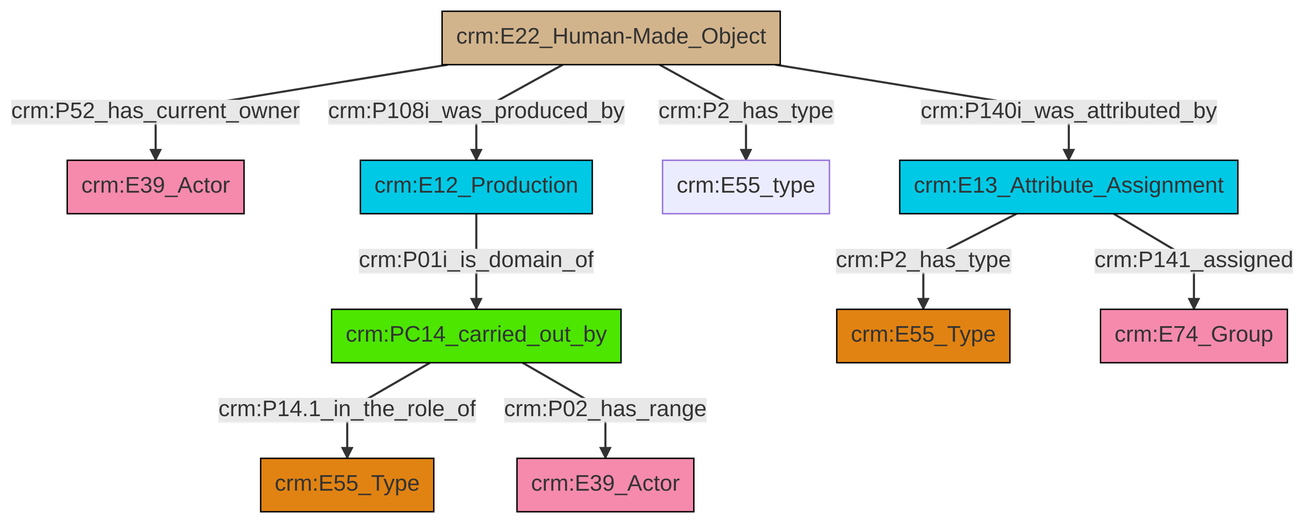
Earlier version of the Mermaid export et/builtWorkCSV/ttl/mmd/png/Built_Work_actor_relations.png (swiss-art-research-net/docs.swissartresearch). Its source is kept beside it as et/builtWorkCSV/ttl/mmd/Built_Work_actor_relations.ttl.mmd.
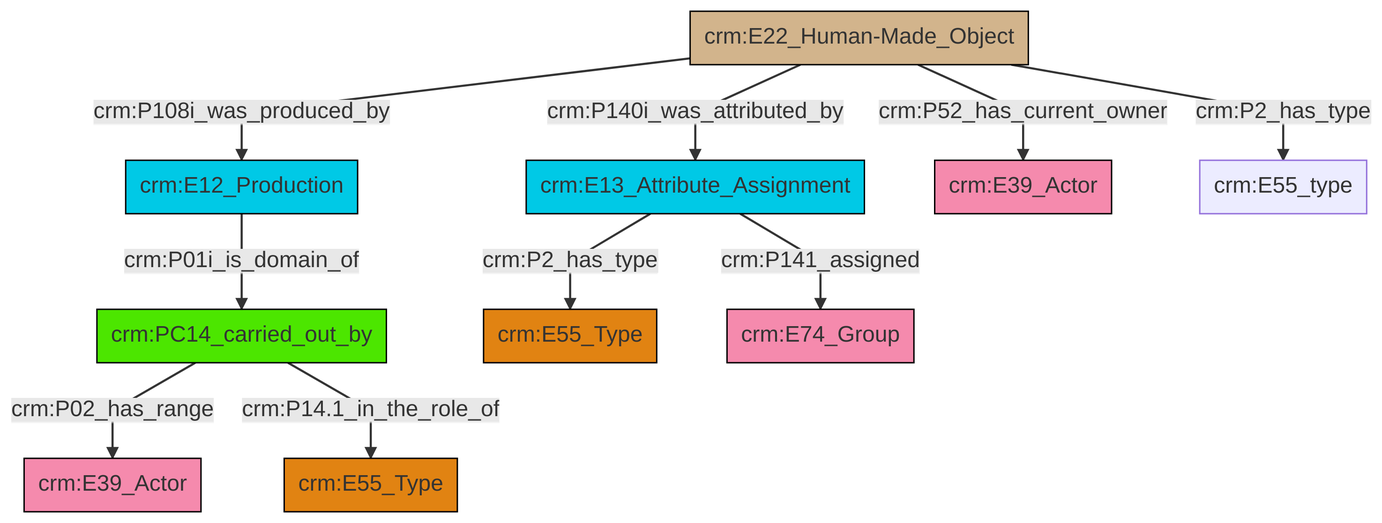
The same diagram one commit later.

Change to the diagram source:
```diff
@@ -13,12 +13,12 @@
 classDef PC_Classes fill:#4ce600, stroke:#000000;
 classDef Multi fill:#cccccc,stroke:#000000;
 
-6["crm:E22_Human-Made_Object"]:::Physical_Thing -->|crm:P52_has_current_owner| 7["crm:E39_Actor"]:::Actor
-6["crm:E22_Human-Made_Object"]:::Physical_Thing -->|crm:P108i_was_produced_by| 9["crm:E12_Production"]:::Temporal_Entity
-10["crm:E13_Attribute_Assignment"]:::Temporal_Entity -->|crm:P2_has_type| 4["crm:E55_Type"]:::Type
-6["crm:E22_Human-Made_Object"]:::Physical_Thing -->|crm:P2_has_type| 11["crm:E55_type"]:::Default
-6["crm:E22_Human-Made_Object"]:::Physical_Thing -->|crm:P140i_was_attributed_by| 10["crm:E13_Attribute_Assignment"]:::Temporal_Entity
-2["crm:PC14_carried_out_by"]:::PC_Classes -->|crm:P14.1_in_the_role_of| 12["crm:E55_Type"]:::Type
-10["crm:E13_Attribute_Assignment"]:::Temporal_Entity -->|crm:P141_assigned| 0["crm:E74_Group"]:::Actor
-9["crm:E12_Production"]:::Temporal_Entity -->|crm:P01i_is_domain_of| 2["crm:PC14_carried_out_by"]:::PC_Classes
-2["crm:PC14_carried_out_by"]:::PC_Classes -->|crm:P02_has_range| 17["crm:E39_Actor"]:::Actor
+0["crm:E12_Production"]:::Temporal_Entity -->|crm:P01i_is_domain_of| 1["crm:PC14_carried_out_by"]:::PC_Classes
+1["crm:PC14_carried_out_by"]:::PC_Classes -->|crm:P02_has_range| 6["crm:E39_Actor"]:::Actor
+1["crm:PC14_carried_out_by"]:::PC_Classes -->|crm:P14.1_in_the_role_of| 16["crm:E55_Type"]:::Type
+2["crm:E13_Attribute_Assignment"]:::Temporal_Entity -->|crm:P2_has_type| 4["crm:E55_Type"]:::Type
+7["crm:E22_Human-Made_Object"]:::Physical_Thing -->|crm:P140i_was_attributed_by| 2["crm:E13_Attribute_Assignment"]:::Temporal_Entity
+2["crm:E13_Attribute_Assignment"]:::Temporal_Entity -->|crm:P141_assigned| 13["crm:E74_Group"]:::Actor
+7["crm:E22_Human-Made_Object"]:::Physical_Thing -->|crm:P108i_was_produced_by| 0["crm:E12_Production"]:::Temporal_Entity
+7["crm:E22_Human-Made_Object"]:::Physical_Thing -->|crm:P2_has_type| 18["crm:E55_type"]:::Default
+7["crm:E22_Human-Made_Object"]:::Physical_Thing -->|crm:P52_has_current_owner| 10["crm:E39_Actor"]:::Actor
```
